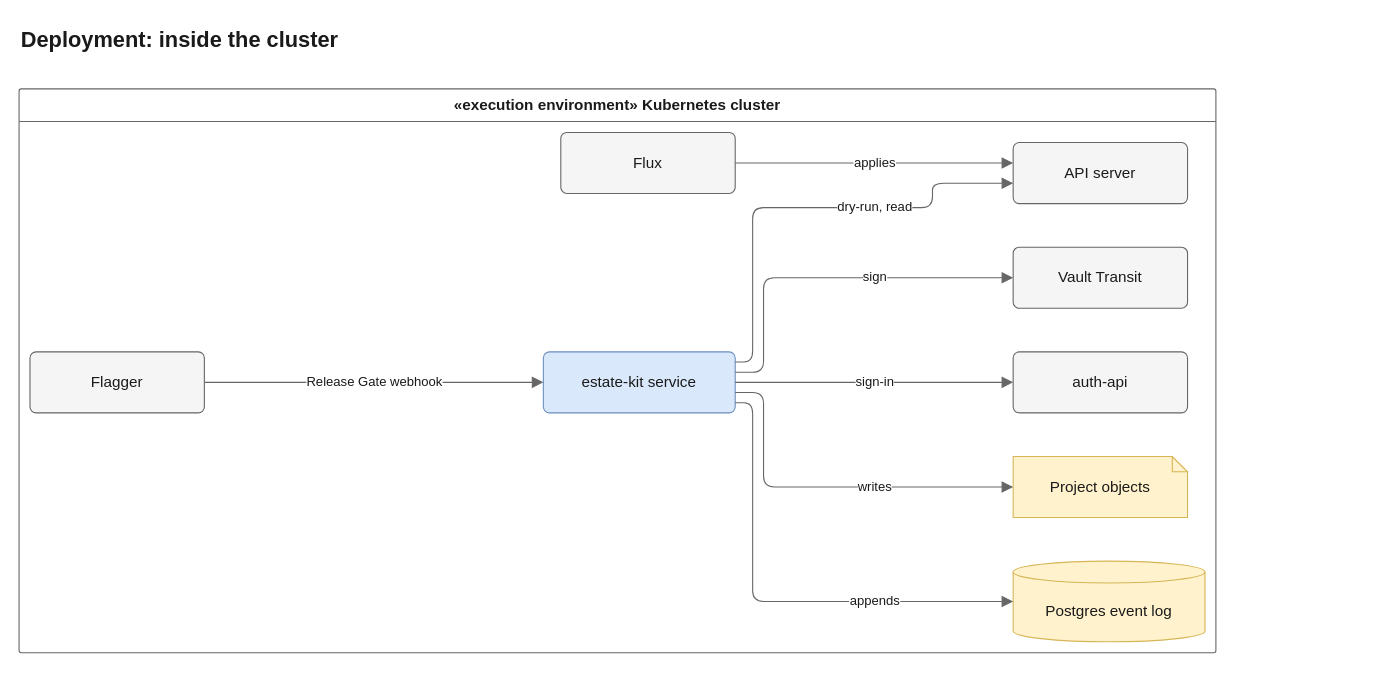
Earlier version of the draw.io diagram docs/diagrams/src/deploy-in-cluster.drawio (JorisJonkers-dev/estate-kit). Source tidied: cells renumbered, new cells numbered last; positions are measured from the earlier drawing's top-left corner, leaving out a move shared by most shapes. Both pictures are drawn from the tidied source at 109%, with x=0, y=0 at pixel (19, 19).
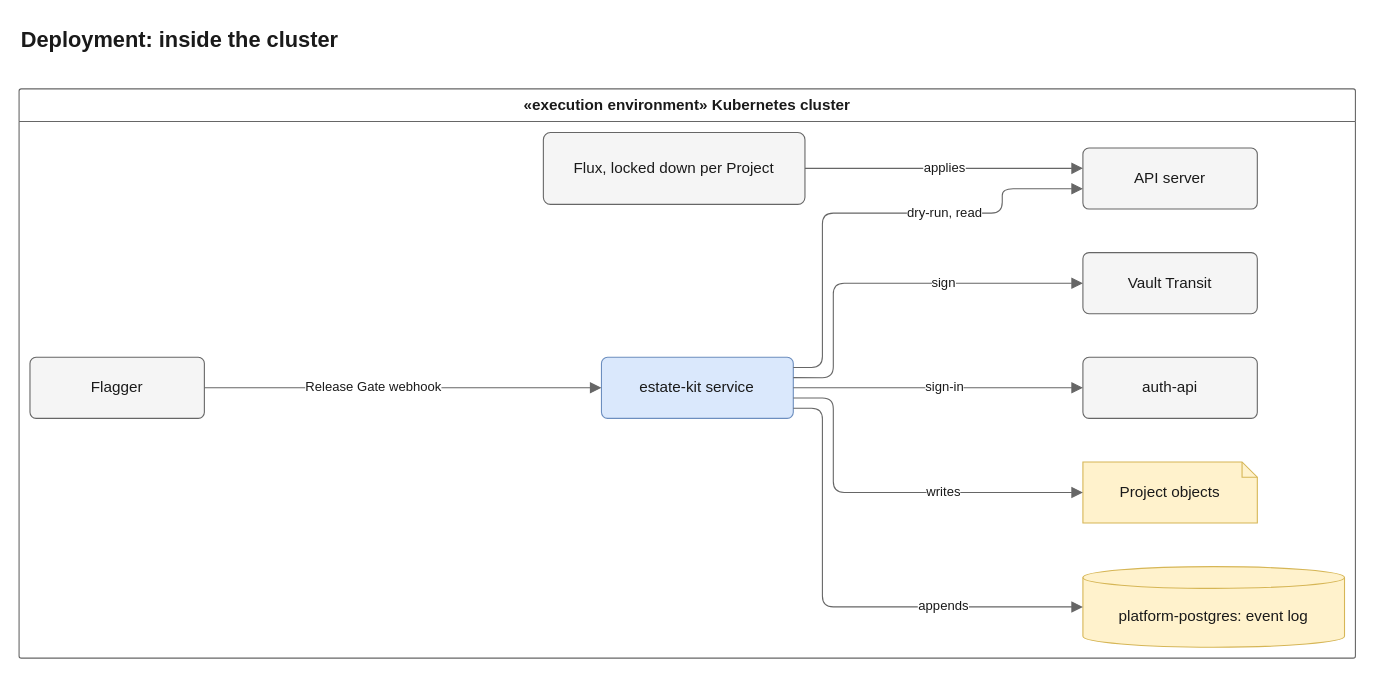
After the change.

The edit, as a diff of the source:
```diff
@@
     <mxCell id="2" value="«execution environment» Kubernetes cluster" style="swimlane;startSize=30;rounded=1;arcSize=4;absoluteArcSize=1;html=1;whiteSpace=wrap;fontSize=14;fontColor=light-dark(#1a1a1a,#e8e8e8);fontStyle=1;fillColor=none;swimlaneFillColor=none;strokeColor=light-dark(#666666,#a8a8a8);fontFamily=Helvetica;" parent="1" vertex="1">
-      <mxGeometry y="64" width="1098" height="517.3" as="geometry" />
+      <mxGeometry y="64" width="1226" height="522.3" as="geometry" />
     </mxCell>
     <mxCell id="3" value="estate-kit service" style="rounded=1;arcSize=10;html=1;whiteSpace=wrap;fontSize=14;fontColor=light-dark(#1a1a1a,#e8e8e8);fillColor=light-dark(#dae8fc,#1f3a5f);strokeColor=light-dark(#6c8ebf,#7aa7e0);fontFamily=Helvetica;" parent="2" vertex="1">
-      <mxGeometry x="481" y="241.3" width="176" height="56" as="geometry" />
+      <mxGeometry x="534.3" y="246.3" width="176" height="56" as="geometry" />
     </mxCell>
-    <mxCell id="4" value="Postgres event log" style="shape=cylinder3;size=10;boundedLbl=1;backgroundOutline=1;html=1;whiteSpace=wrap;fontSize=14;fontColor=light-dark(#1a1a1a,#e8e8e8);fillColor=light-dark(#fff2cc,#3a3220);strokeColor=light-dark(#d6b656,#c9a74a);fontFamily=Helvetica;" parent="2" vertex="1">
-      <mxGeometry x="912" y="433.3" width="176" height="74" as="geometry" />
+    <mxCell id="4" value="platform-postgres: event log" style="shape=cylinder3;size=10;boundedLbl=1;backgroundOutline=1;html=1;whiteSpace=wrap;fontSize=14;fontColor=light-dark(#1a1a1a,#e8e8e8);fillColor=light-dark(#fff2cc,#3a3220);strokeColor=light-dark(#d6b656,#c9a74a);fontFamily=Helvetica;" parent="2" vertex="1">
+      <mxGeometry x="976" y="438.3" width="240" height="74" as="geometry" />
     </mxCell>
     <mxCell id="5" value="Flagger" style="rounded=1;arcSize=10;html=1;whiteSpace=wrap;fontSize=14;fontColor=light-dark(#1a1a1a,#e8e8e8);fillColor=light-dark(#f5f5f5,#2b2b2b);strokeColor=light-dark(#666666,#a8a8a8);fontFamily=Helvetica;" parent="2" vertex="1">
-      <mxGeometry x="10" y="241.3" width="160" height="56" as="geometry" />
+      <mxGeometry x="10" y="246.3" width="160" height="56" as="geometry" />
     </mxCell>
     <mxCell id="6" value="Vault Transit" style="rounded=1;arcSize=10;html=1;whiteSpace=wrap;fontSize=14;fontColor=light-dark(#1a1a1a,#e8e8e8);fillColor=light-dark(#f5f5f5,#2b2b2b);strokeColor=light-dark(#666666,#a8a8a8);fontFamily=Helvetica;" parent="2" vertex="1">
-      <mxGeometry x="912" y="145.3" width="160" height="56" as="geometry" />
+      <mxGeometry x="976" y="150.3" width="160" height="56" as="geometry" />
     </mxCell>
     <mxCell id="7" value="API server" style="rounded=1;arcSize=10;html=1;whiteSpace=wrap;fontSize=14;fontColor=light-dark(#1a1a1a,#e8e8e8);fillColor=light-dark(#f5f5f5,#2b2b2b);strokeColor=light-dark(#666666,#a8a8a8);fontFamily=Helvetica;" parent="2" vertex="1">
-      <mxGeometry x="912" y="49.3" width="160" height="56" as="geometry" />
+      <mxGeometry x="976" y="54.3" width="160" height="56" as="geometry" />
     </mxCell>
-    <mxCell id="8" value="Flux" style="rounded=1;arcSize=10;html=1;whiteSpace=wrap;fontSize=14;fontColor=light-dark(#1a1a1a,#e8e8e8);fillColor=light-dark(#f5f5f5,#2b2b2b);strokeColor=light-dark(#666666,#a8a8a8);fontFamily=Helvetica;" parent="2" vertex="1">
-      <mxGeometry x="497" y="40" width="160" height="56" as="geometry" />
+    <mxCell id="8" value="Flux, locked down per Project" style="rounded=1;arcSize=10;html=1;whiteSpace=wrap;fontSize=14;fontColor=light-dark(#1a1a1a,#e8e8e8);fillColor=light-dark(#f5f5f5,#2b2b2b);strokeColor=light-dark(#666666,#a8a8a8);fontFamily=Helvetica;" parent="2" vertex="1">
+      <mxGeometry x="481" y="40" width="240" height="66" as="geometry" />
     </mxCell>
     <mxCell id="9" value="Project objects" style="shape=note;size=14;html=1;whiteSpace=wrap;fontSize=14;fontColor=light-dark(#1a1a1a,#e8e8e8);fillColor=light-dark(#fff2cc,#3a3220);strokeColor=light-dark(#d6b656,#c9a74a);fontFamily=Helvetica;" parent="2" vertex="1">
-      <mxGeometry x="912" y="337.3" width="160" height="56" as="geometry" />
+      <mxGeometry x="976" y="342.3" width="160" height="56" as="geometry" />
     </mxCell>
     <mxCell id="10" value="auth-api" style="rounded=1;arcSize=10;html=1;whiteSpace=wrap;fontSize=14;fontColor=light-dark(#1a1a1a,#e8e8e8);fillColor=light-dark(#f5f5f5,#2b2b2b);strokeColor=light-dark(#666666,#a8a8a8);fontFamily=Helvetica;" parent="2" vertex="1">
-      <mxGeometry x="912" y="241.3" width="160" height="56" as="geometry" />
+      <mxGeometry x="976" y="246.3" width="160" height="56" as="geometry" />
     </mxCell>
     <mxCell id="11" value="Release Gate webhook" style="html=1;rounded=1;fontSize=14;fontSize=12;fontColor=light-dark(#1a1a1a,#e8e8e8);strokeColor=light-dark(#666666,#a8a8a8);endArrow=block;endFill=1;endSize=8;curved=0;exitX=1;exitY=0.5;entryX=0;entryY=0.5;edgeStyle=orthogonalEdgeStyle;fontFamily=Helvetica;labelBackgroundColor=light-dark(#ffffff,#1e1e1e);" parent="2" edge="1" source="5" target="3">
       <mxGeometry relative="1" as="geometry">
         <Array as="points">
-          <mxPoint x="325.5" y="269.3" />
+          <mxPoint x="352.2" y="274.3" />
         </Array>
+        <mxPoint x="-26.7" as="offset" />
       </mxGeometry>
     </mxCell>
     <mxCell id="12" value="dry-run, read" style="html=1;rounded=1;fontSize=14;fontSize=12;fontColor=light-dark(#1a1a1a,#e8e8e8);strokeColor=light-dark(#666666,#a8a8a8);endArrow=block;endFill=1;endSize=8;curved=0;exitX=1;exitY=0.1668;entryX=0;entryY=0.6668;edgeStyle=orthogonalEdgeStyle;fontFamily=Helvetica;labelBackgroundColor=light-dark(#ffffff,#1e1e1e);" parent="2" edge="1" source="3" target="7">
       <mxGeometry relative="1" as="geometry">
         <Array as="points">
-          <mxPoint x="673" y="250.7" />
-          <mxPoint x="673" y="109" />
-          <mxPoint x="838" y="109" />
-          <mxPoint x="838" y="86.7" />
+          <mxPoint x="737" y="255.7" />
+          <mxPoint x="737" y="114" />
+          <mxPoint x="902" y="114" />
+          <mxPoint x="902" y="91.7" />
         </Array>
-        <mxPoint x="59.7" as="offset" />
+        <mxPoint x="65" as="offset" />
       </mxGeometry>
     </mxCell>
     <mxCell id="13" value="sign" style="html=1;rounded=1;fontSize=14;fontSize=12;fontColor=light-dark(#1a1a1a,#e8e8e8);strokeColor=light-dark(#666666,#a8a8a8);endArrow=block;endFill=1;endSize=8;curved=0;exitX=1;exitY=0.3334;entryX=0;entryY=0.5;edgeStyle=orthogonalEdgeStyle;fontFamily=Helvetica;labelBackgroundColor=light-dark(#ffffff,#1e1e1e);" parent="2" edge="1" source="3" target="6">
       <mxGeometry relative="1" as="geometry">
         <Array as="points">
-          <mxPoint x="683" y="260" />
-          <mxPoint x="683" y="173.3" />
+          <mxPoint x="747" y="265" />
+          <mxPoint x="747" y="178.3" />
         </Array>
-        <mxPoint x="43.3" as="offset" />
+        <mxPoint x="48.7" as="offset" />
       </mxGeometry>
     </mxCell>
     <mxCell id="14" value="sign-in" style="html=1;rounded=1;fontSize=14;fontSize=12;fontColor=light-dark(#1a1a1a,#e8e8e8);strokeColor=light-dark(#666666,#a8a8a8);endArrow=block;endFill=1;endSize=8;curved=0;exitX=1;exitY=0.5;entryX=0;entryY=0.5;edgeStyle=orthogonalEdgeStyle;fontFamily=Helvetica;labelBackgroundColor=light-dark(#ffffff,#1e1e1e);" parent="2" edge="1" source="3" target="10">
       <mxGeometry relative="1" as="geometry">
         <Array as="points">
-          <mxPoint x="784.5" y="269.3" />
+          <mxPoint x="843.2" y="274.3" />
         </Array>
+        <mxPoint x="5.3" as="offset" />
       </mxGeometry>
     </mxCell>
     <mxCell id="15" value="appends" style="html=1;rounded=1;fontSize=14;fontSize=12;fontColor=light-dark(#1a1a1a,#e8e8e8);strokeColor=light-dark(#666666,#a8a8a8);endArrow=block;endFill=1;endSize=8;curved=0;exitX=1;exitY=0.8334;entryX=0;entryY=0.5;edgeStyle=orthogonalEdgeStyle;fontFamily=Helvetica;labelBackgroundColor=light-dark(#ffffff,#1e1e1e);" parent="2" edge="1" source="3" target="4">
       <mxGeometry relative="1" as="geometry">
         <Array as="points">
-          <mxPoint x="673" y="288" />
-          <mxPoint x="673" y="470.3" />
+          <mxPoint x="737" y="293" />
+          <mxPoint x="737" y="475.3" />
         </Array>
-        <mxPoint x="91.2" as="offset" />
+        <mxPoint x="96.5" as="offset" />
       </mxGeometry>
     </mxCell>
     <mxCell id="16" value="writes" style="html=1;rounded=1;fontSize=14;fontSize=12;fontColor=light-dark(#1a1a1a,#e8e8e8);strokeColor=light-dark(#666666,#a8a8a8);endArrow=block;endFill=1;endSize=8;curved=0;exitX=1;exitY=0.6668;entryX=0;entryY=0.5;edgeStyle=orthogonalEdgeStyle;fontFamily=Helvetica;labelBackgroundColor=light-dark(#ffffff,#1e1e1e);" parent="2" edge="1" source="3" target="9">
       <mxGeometry relative="1" as="geometry">
         <Array as="points">
-          <mxPoint x="683" y="278.7" />
-          <mxPoint x="683" y="365.3" />
+          <mxPoint x="747" y="283.7" />
+          <mxPoint x="747" y="370.3" />
         </Array>
-        <mxPoint x="43.3" as="offset" />
+        <mxPoint x="48.7" as="offset" />
       </mxGeometry>
     </mxCell>
     <mxCell id="17" value="applies" style="html=1;rounded=1;fontSize=14;fontSize=12;fontColor=light-dark(#1a1a1a,#e8e8e8);strokeColor=light-dark(#666666,#a8a8a8);endArrow=block;endFill=1;endSize=8;curved=0;exitX=1;exitY=0.5;entryX=0;entryY=0.3334;edgeStyle=orthogonalEdgeStyle;fontFamily=Helvetica;labelBackgroundColor=light-dark(#ffffff,#1e1e1e);" parent="2" edge="1" source="8" target="7">
       <mxGeometry relative="1" as="geometry">
         <Array as="points">
-          <mxPoint x="784.5" y="68" />
+          <mxPoint x="848.5" y="73" />
         </Array>
       </mxGeometry>
     </mxCell>
     <mxCell id="18" value="Deployment: inside the cluster" style="text;html=1;whiteSpace=wrap;align=left;verticalAlign=middle;fontSize=20;fontStyle=1;fontColor=light-dark(#1a1a1a,#e8e8e8);fontFamily=Helvetica;" parent="1" vertex="1">
-      <mxGeometry width="1098" height="36" as="geometry" />
+      <mxGeometry width="1226" height="36" as="geometry" />
     </mxCell>
```
